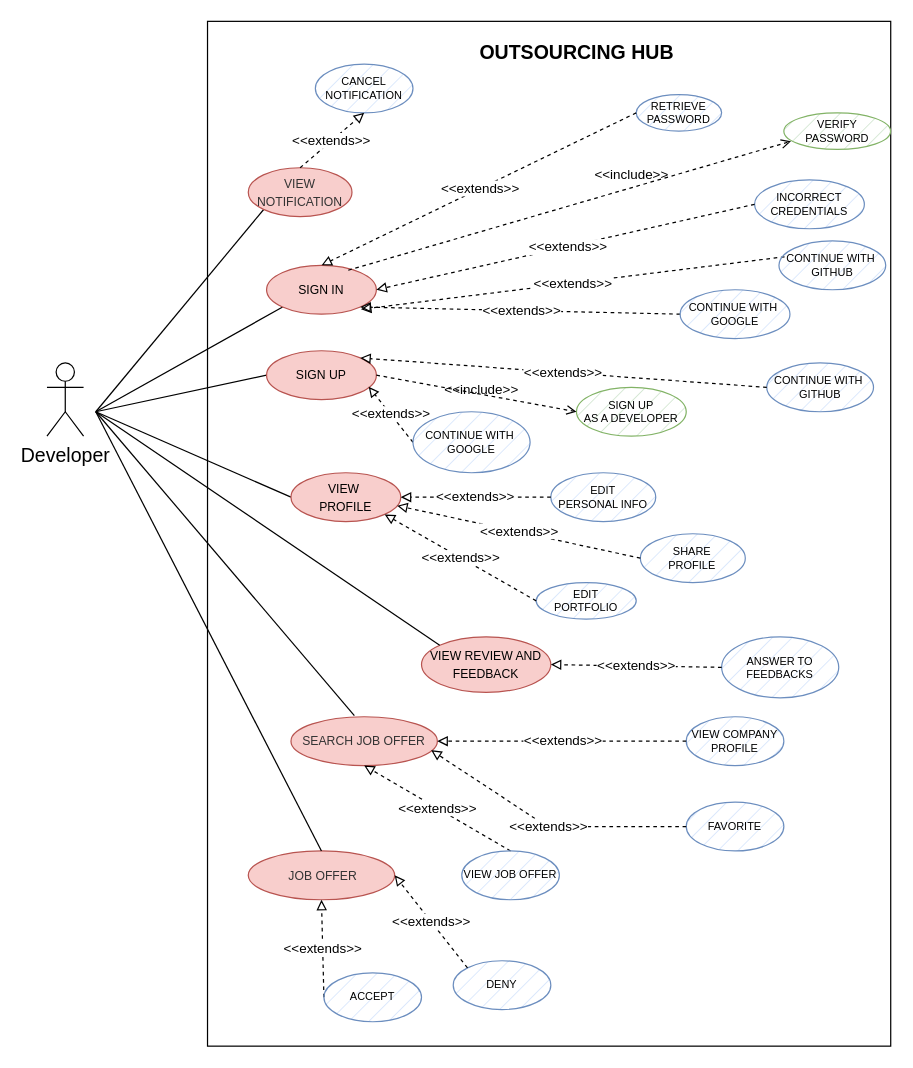
Above: use_cases/use_cases_dev.drawio in mattiadanisi00/ids (draw.io), before the change. Source tidied: cells renumbered, new cells numbered last; positions are measured from the earlier drawing's top-left corner, leaving out a move shared by most shapes. Both pictures are drawn from the tidied source at 122%, with x=0, y=0 at pixel (46, 21).
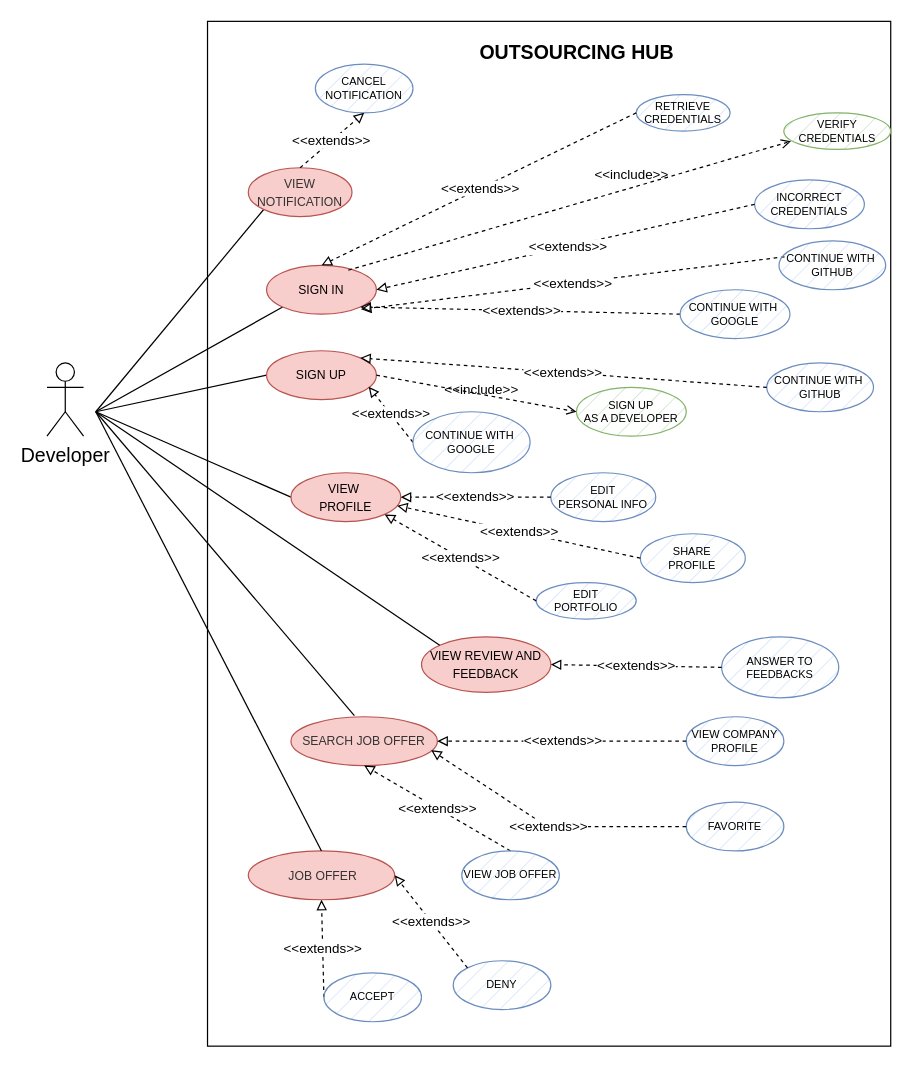
After the change.

The edit, as a diff of the source:
```diff
@@
-    <mxCell id="14" value="&lt;font style=&quot;font-size: 9px;&quot;&gt;RETRIEVE&lt;br style=&quot;font-size: 9px;&quot;&gt;PASSWORD&lt;/font&gt;" style="ellipse;whiteSpace=wrap;html=1;fillColor=#dae8fc;strokeColor=#6c8ebf;fontSize=9;strokeWidth=1;fillStyle=hatch;" parent="1" vertex="1">
-      <mxGeometry x="483" y="60" width="70" height="30" as="geometry" />
+    <mxCell id="14" value="&lt;font style=&quot;font-size: 9px;&quot;&gt;RETRIEVE&lt;br style=&quot;font-size: 9px;&quot;&gt;CREDENTIALS&lt;br&gt;&lt;/font&gt;" style="ellipse;whiteSpace=wrap;html=1;fillColor=#dae8fc;strokeColor=#6c8ebf;fontSize=9;strokeWidth=1;fillStyle=hatch;" parent="1" vertex="1">
+      <mxGeometry x="483" y="60" width="77" height="30" as="geometry" />
     </mxCell>
@@
-    <mxCell id="24" value="&lt;font style=&quot;font-size: 9px;&quot;&gt;VERIFY PASSWORD&lt;/font&gt;" style="ellipse;whiteSpace=wrap;html=1;fillColor=#d5e8d4;strokeColor=#82b366;fontSize=9;strokeWidth=1;fillStyle=hatch;" parent="1" vertex="1">
+    <mxCell id="24" value="&lt;font style=&quot;font-size: 9px;&quot;&gt;VERIFY CREDENTIALS&lt;/font&gt;" style="ellipse;whiteSpace=wrap;html=1;fillColor=#d5e8d4;strokeColor=#82b366;fontSize=9;strokeWidth=1;fillStyle=hatch;" parent="1" vertex="1">
       <mxGeometry x="604" y="75" width="87.5" height="30" as="geometry" />
     </mxCell>
```
